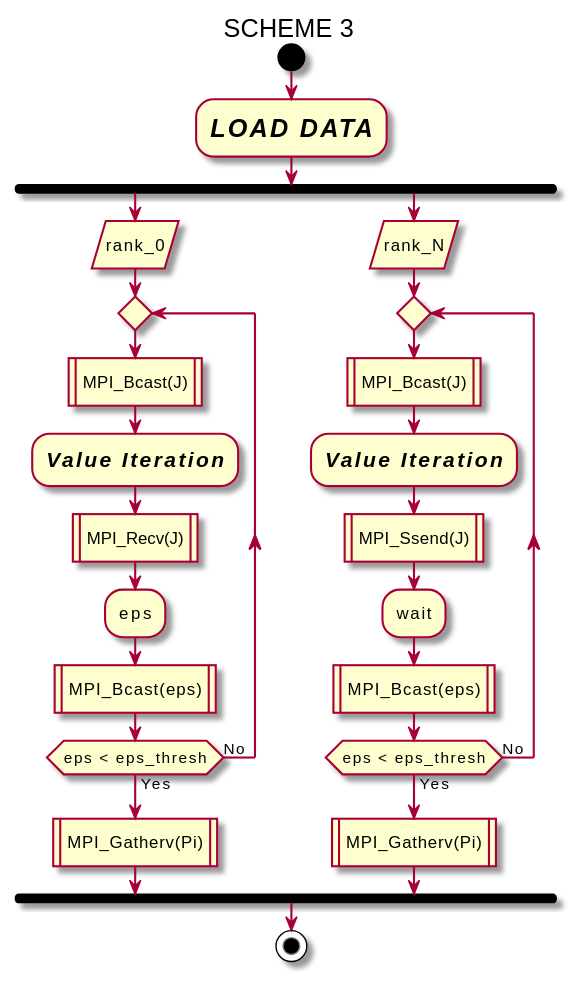
hashkode/hpcfmi-mpivi keeps this PlantUML diagram as out/src/scheme3/scheme3.svg. Above is the earlier version.
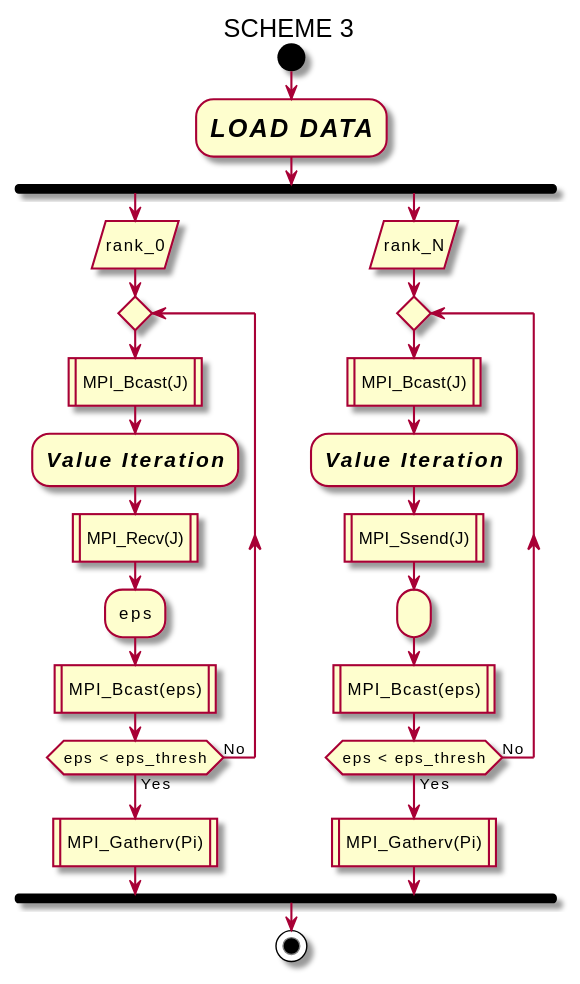
Later version of the same file.

Commit message:
changed placeholder from wait to

Change to the diagram source:
```diff
@@ -18,7 +18,7 @@
     :MPI_Bcast(J)|
     :<size:15><i><b>Value Iteration</b></i></size>;
     :MPI_Ssend(J)|
-    :wait;
+    : ;
     :MPI_Bcast(eps)|
     repeat while (eps < eps_thresh) is (No) not (Yes)
     :MPI_Gatherv(Pi)|
```
